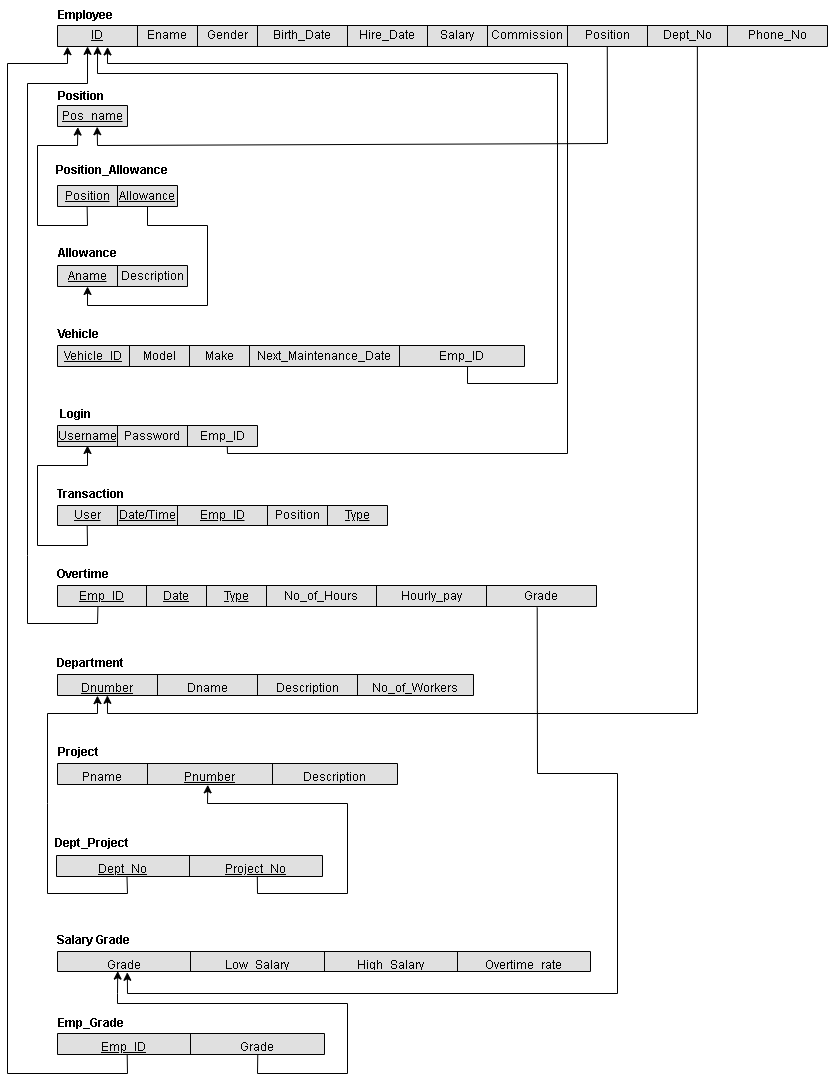
AhmedElkhashn/DB-project keeps this draw.io diagram as Phase 1/Relational Schema.drawio.png. Above is the earlier version. Source tidied: cells renumbered, new cells last; positions are measured from the earlier drawing's top-left corner, leaving out a move shared by most shapes.
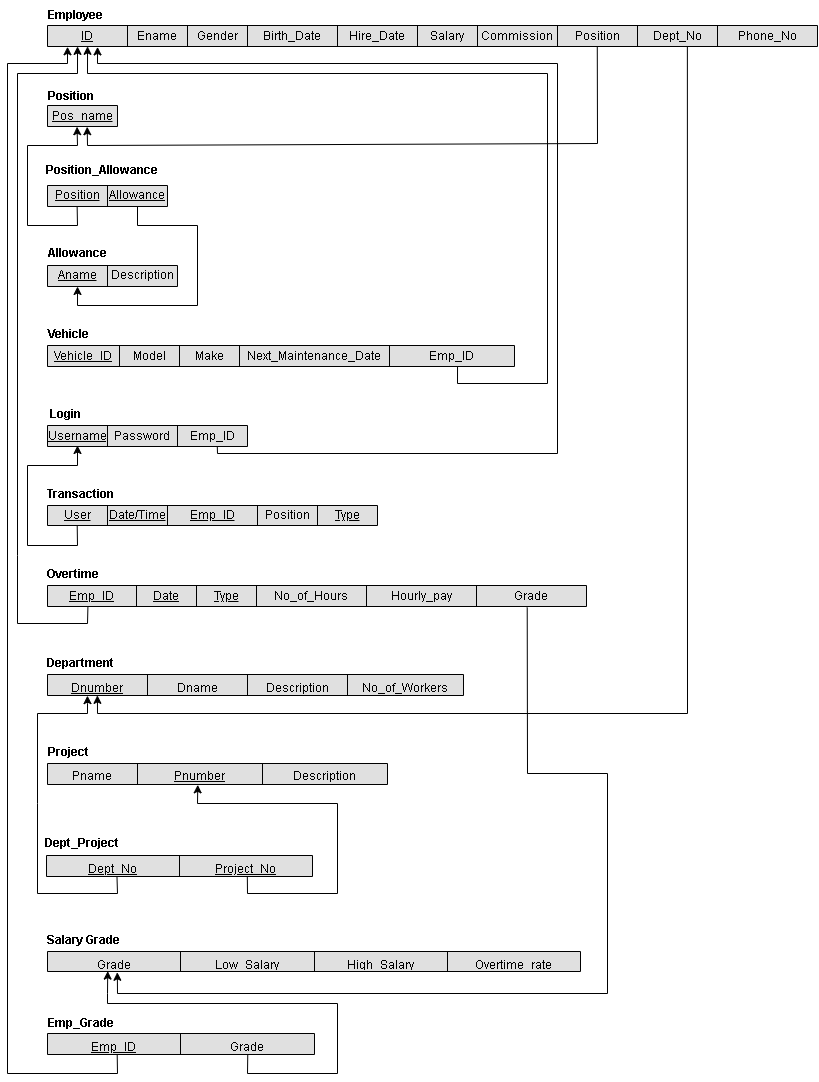
Above is the later version.

Change to the diagram source:
```diff
@@ -181,8 +181,8 @@
           <mxPoint x="90" y="623" />
           <mxPoint x="20" y="623" />
           <mxPoint x="20" y="555" />
-          <mxPoint x="20" y="83" />
-          <mxPoint x="80" y="83" />
+          <mxPoint x="20" y="73" />
+          <mxPoint x="80" y="73" />
         </Array>
       </mxGeometry>
     </mxCell>
@@ -198,13 +198,13 @@
     <mxCell id="61" value="Position" style="text;html=1;strokeColor=none;fillColor=none;align=center;verticalAlign=middle;whiteSpace=wrap;rounded=0;fontStyle=1;" parent="1" vertex="1">
       <mxGeometry x="49" y="81" width="50" height="30" as="geometry" />
     </mxCell>
-    <mxCell id="62" style="endArrow=classic;html=1;rounded=0;entryX=0.29;entryY=1.028;entryDx=0;entryDy=0;entryPerimeter=0;exitX=0.247;exitY=0.995;exitDx=0;exitDy=0;exitPerimeter=0;" parent="1" edge="1" source="16" target="59">
+    <mxCell id="62" style="endArrow=classic;html=1;rounded=0;entryX=0.422;entryY=1.01;entryDx=0;entryDy=0;entryPerimeter=0;exitX=0.247;exitY=0.995;exitDx=0;exitDy=0;exitPerimeter=0;" parent="1" edge="1" source="16" target="59">
       <mxGeometry relative="1" as="geometry">
         <Array as="points">
           <mxPoint x="80" y="225" />
           <mxPoint x="30" y="225" />
           <mxPoint x="30" y="145" />
-          <mxPoint x="70" y="145" />
+          <mxPoint x="80" y="145" />
         </Array>
       </mxGeometry>
     </mxCell>
@@ -356,13 +356,13 @@
     <mxCell id="98" value="&lt;b&gt;Emp_Grade&lt;/b&gt;" style="text;html=1;strokeColor=none;fillColor=none;align=center;verticalAlign=middle;whiteSpace=wrap;rounded=0;" parent="1" vertex="1">
       <mxGeometry x="42" y="1008" width="84" height="30" as="geometry" />
     </mxCell>
-    <mxCell id="99" style="endArrow=classic;html=1;rounded=0;exitX=0.261;exitY=1.005;exitDx=0;exitDy=0;exitPerimeter=0;entryX=0.013;entryY=1.008;entryDx=0;entryDy=0;entryPerimeter=0;" parent="1" edge="1" source="95" target="3">
+    <mxCell id="99" style="endArrow=classic;html=1;rounded=0;exitX=0.261;exitY=1.005;exitDx=0;exitDy=0;exitPerimeter=0;entryX=0.026;entryY=1.013;entryDx=0;entryDy=0;entryPerimeter=0;" parent="1" edge="1" source="95" target="3">
       <mxGeometry relative="1" as="geometry">
         <Array as="points">
           <mxPoint x="120" y="1073" />
-          <mxPoint y="1073" />
-          <mxPoint y="63" />
-          <mxPoint x="60" y="63" />
+          <mxPoint x="10" y="1073" />
+          <mxPoint x="10" y="63" />
+          <mxPoint x="70" y="63" />
         </Array>
       </mxGeometry>
     </mxCell>
```
